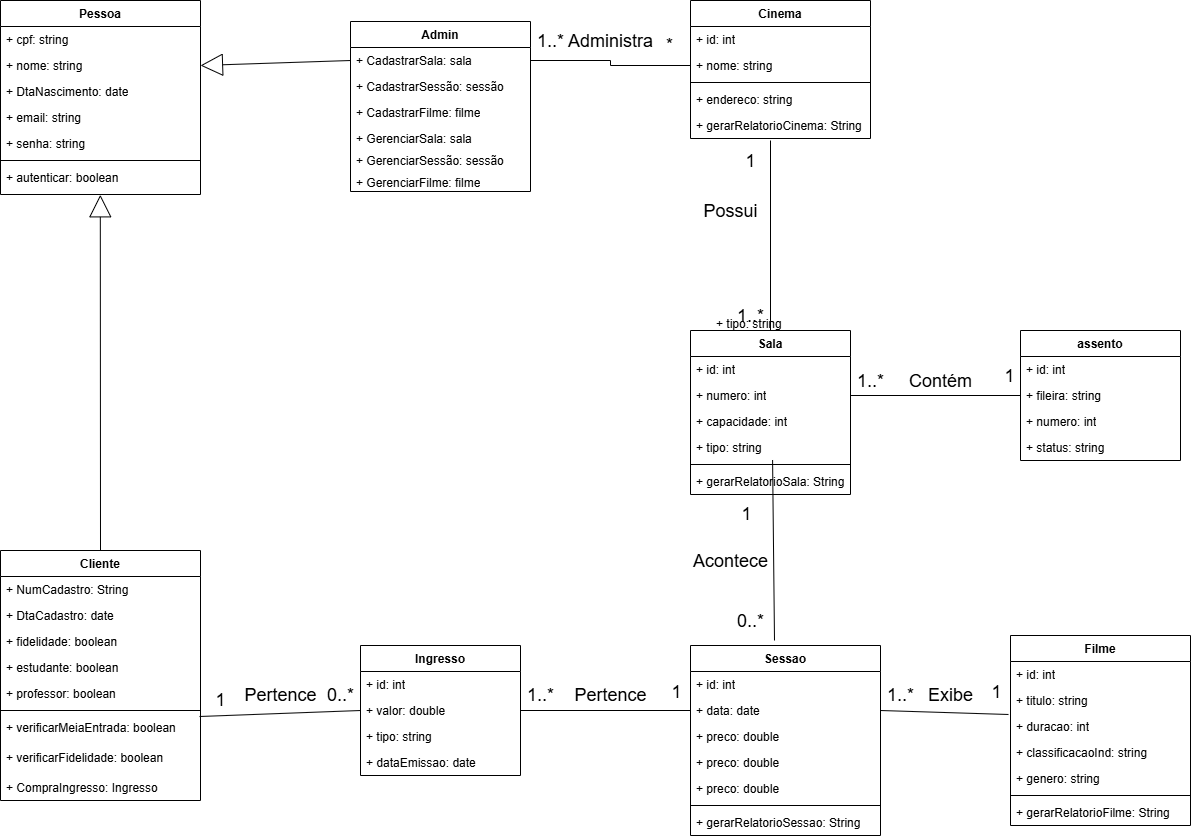
PCunh/CC6522-MOD.DE-SOFT.ORIENT.A-OBJETOS- keeps this draw.io diagram as Diagramas/diagrama de classes.drawio.png. Above is the earlier version. Source tidied: cells renumbered, new cells last; positions are measured from the earlier drawing's top-left corner, leaving out a move shared by most shapes.
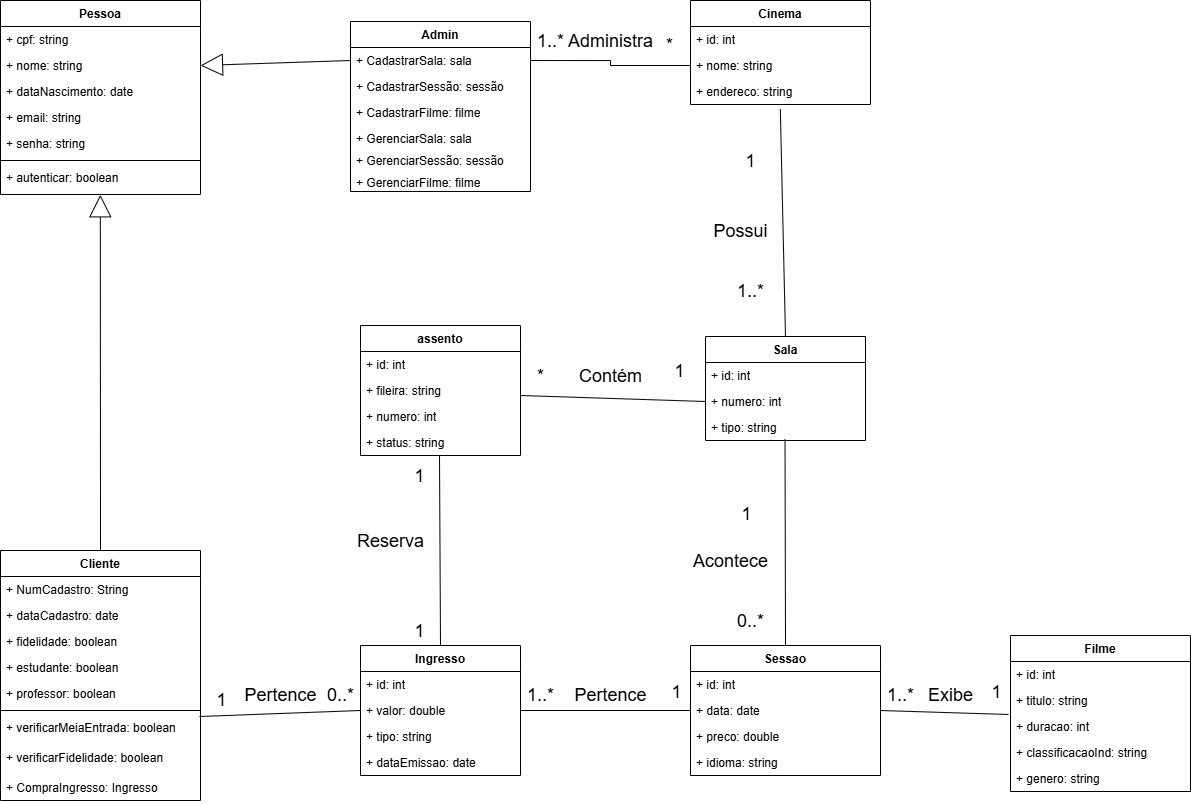
The same file after the commit.

Diff of the diagram source:
```diff
@@ -11,7 +11,7 @@
     <mxCell id="4" value="+ nome: string" style="text;strokeColor=none;fillColor=none;align=left;verticalAlign=top;spacingLeft=4;spacingRight=4;overflow=hidden;points=[[0,0.5],[1,0.5]];portConstraint=eastwest;whiteSpace=wrap;html=1;" parent="2" vertex="1">
       <mxGeometry y="52" width="200" height="26" as="geometry" />
     </mxCell>
-    <mxCell id="5" value="+ DtaNascimento: date" style="text;strokeColor=none;fillColor=none;align=left;verticalAlign=top;spacingLeft=4;spacingRight=4;overflow=hidden;whiteSpace=wrap;html=1;" parent="2" vertex="1">
+    <mxCell id="5" value="+ dataNascimento: date" style="text;strokeColor=none;fillColor=none;align=left;verticalAlign=top;spacingLeft=4;spacingRight=4;overflow=hidden;whiteSpace=wrap;html=1;" parent="2" vertex="1">
       <mxGeometry y="78" width="200" height="26" as="geometry" />
     </mxCell>
     <mxCell id="6" value="+ email: string" style="text;strokeColor=none;fillColor=none;align=left;verticalAlign=top;spacingLeft=4;spacingRight=4;overflow=hidden;whiteSpace=wrap;html=1;" parent="2" vertex="1">
@@ -32,7 +32,7 @@
     <mxCell id="11" value="+ NumCadastro: String" style="text;strokeColor=none;fillColor=none;align=left;verticalAlign=top;spacingLeft=4;spacingRight=4;overflow=hidden;whiteSpace=wrap;html=1;" parent="10" vertex="1">
       <mxGeometry y="26" width="200" height="26" as="geometry" />
     </mxCell>
-    <mxCell id="12" value="+ DtaCadastro: date" style="text;strokeColor=none;fillColor=none;align=left;verticalAlign=top;spacingLeft=4;spacingRight=4;overflow=hidden;whiteSpace=wrap;html=1;" parent="10" vertex="1">
+    <mxCell id="12" value="+ dataCadastro: date" style="text;strokeColor=none;fillColor=none;align=left;verticalAlign=top;spacingLeft=4;spacingRight=4;overflow=hidden;whiteSpace=wrap;html=1;" parent="10" vertex="1">
       <mxGeometry y="52" width="200" height="26" as="geometry" />
     </mxCell>
     <mxCell id="13" value="+ fidelidade: boolean" style="text;strokeColor=none;fillColor=none;align=left;verticalAlign=top;spacingLeft=4;spacingRight=4;overflow=hidden;whiteSpace=wrap;html=1;" parent="10" vertex="1">
@@ -78,7 +78,7 @@
       <mxGeometry y="148" width="180" height="22" as="geometry" />
     </mxCell>
     <mxCell id="27" value="&lt;div&gt;Filme&lt;/div&gt;" style="swimlane;fontStyle=1;align=center;verticalAlign=top;horizontal=1;startSize=26;whiteSpace=wrap;html=1;" parent="1" vertex="1">
-      <mxGeometry x="1010" y="635" width="180" height="190" as="geometry" />
+      <mxGeometry x="1010" y="635" width="180" height="156" as="geometry" />
     </mxCell>
     <mxCell id="28" value="+ id: int" style="text;strokeColor=none;fillColor=none;align=left;verticalAlign=top;spacingLeft=4;spacingRight=4;overflow=hidden;whiteSpace=wrap;html=1;" parent="27" vertex="1">
       <mxGeometry y="26" width="180" height="26" as="geometry" />
@@ -95,14 +95,8 @@
     <mxCell id="32" value="+ genero: string" style="text;strokeColor=none;fillColor=none;align=left;verticalAlign=top;spacingLeft=4;spacingRight=4;overflow=hidden;whiteSpace=wrap;html=1;" parent="27" vertex="1">
       <mxGeometry y="130" width="180" height="26" as="geometry" />
     </mxCell>
-    <mxCell id="33" style="line;strokeWidth=1;fillColor=none;align=left;verticalAlign=middle;spacingTop=-1;spacingLeft=3;spacingRight=3;labelPosition=right;strokeColor=inherit;" parent="27" vertex="1">
-      <mxGeometry y="156" width="180" height="8" as="geometry" />
-    </mxCell>
-    <mxCell id="34" value="+ gerarRelatorioFilme: String" style="text;strokeColor=none;fillColor=none;align=left;verticalAlign=top;spacingLeft=4;spacingRight=4;overflow=hidden;whiteSpace=wrap;html=1;" parent="27" vertex="1">
-      <mxGeometry y="164" width="180" height="26" as="geometry" />
-    </mxCell>
     <mxCell id="35" value="&lt;div&gt;Sala&lt;/div&gt;" style="swimlane;fontStyle=1;align=center;verticalAlign=top;horizontal=1;startSize=26;whiteSpace=wrap;html=1;" parent="1" vertex="1">
-      <mxGeometry x="690" y="330" width="160" height="164" as="geometry" />
+      <mxGeometry x="705" y="336" width="160" height="104" as="geometry" />
     </mxCell>
     <mxCell id="36" value="+ id: int" style="text;strokeColor=none;fillColor=none;align=left;verticalAlign=top;spacingLeft=4;spacingRight=4;overflow=hidden;whiteSpace=wrap;html=1;" parent="35" vertex="1">
       <mxGeometry y="26" width="160" height="26" as="geometry" />
@@ -110,20 +104,11 @@
     <mxCell id="37" value="+ numero: int" style="text;strokeColor=none;fillColor=none;align=left;verticalAlign=top;spacingLeft=4;spacingRight=4;overflow=hidden;points=[[0,0.5],[1,0.5]];portConstraint=eastwest;whiteSpace=wrap;html=1;" parent="35" vertex="1">
       <mxGeometry y="52" width="160" height="26" as="geometry" />
     </mxCell>
-    <mxCell id="38" value="+ capacidade: int" style="text;strokeColor=none;fillColor=none;align=left;verticalAlign=top;spacingLeft=4;spacingRight=4;overflow=hidden;whiteSpace=wrap;html=1;" parent="35" vertex="1">
-      <mxGeometry y="78" width="160" height="26" as="geometry" />
-    </mxCell>
     <mxCell id="39" value="+ tipo: string" style="text;strokeColor=none;fillColor=none;align=left;verticalAlign=top;spacingLeft=4;spacingRight=4;overflow=hidden;points=[[0,0.5],[1,0.5]];portConstraint=eastwest;whiteSpace=wrap;html=1;" parent="35" vertex="1">
-      <mxGeometry y="104" width="160" height="26" as="geometry" />
+      <mxGeometry y="78" width="160" height="26" as="geometry" />
     </mxCell>
-    <mxCell id="40" style="line;strokeWidth=1;fillColor=none;align=left;verticalAlign=middle;spacingTop=-1;spacingLeft=3;spacingRight=3;labelPosition=right;strokeColor=inherit;" parent="35" vertex="1">
-      <mxGeometry y="130" width="160" height="8" as="geometry" />
-    </mxCell>
-    <mxCell id="41" value="+ gerarRelatorioSala: String" style="text;strokeColor=none;fillColor=none;align=left;verticalAlign=top;spacingLeft=4;spacingRight=4;overflow=hidden;whiteSpace=wrap;html=1;" parent="35" vertex="1">
-      <mxGeometry y="138" width="160" height="26" as="geometry" />
-    </mxCell>
     <mxCell id="42" value="&lt;div&gt;Sessao&lt;/div&gt;" style="swimlane;fontStyle=1;align=center;verticalAlign=top;horizontal=1;startSize=26;whiteSpace=wrap;html=1;" parent="1" vertex="1">
-      <mxGeometry x="690" y="645" width="190" height="190" as="geometry" />
+      <mxGeometry x="690" y="645" width="190" height="130" as="geometry" />
     </mxCell>
     <mxCell id="43" value="+ id: int" style="text;strokeColor=none;fillColor=none;align=left;verticalAlign=top;spacingLeft=4;spacingRight=4;overflow=hidden;whiteSpace=wrap;html=1;" parent="42" vertex="1">
       <mxGeometry y="26" width="190" height="26" as="geometry" />
@@ -134,18 +119,9 @@
     <mxCell id="45" value="+ preco: double" style="text;strokeColor=none;fillColor=none;align=left;verticalAlign=top;spacingLeft=4;spacingRight=4;overflow=hidden;whiteSpace=wrap;html=1;" parent="42" vertex="1">
       <mxGeometry y="78" width="190" height="26" as="geometry" />
     </mxCell>
-    <mxCell id="46" value="+ preco: double" style="text;strokeColor=none;fillColor=none;align=left;verticalAlign=top;spacingLeft=4;spacingRight=4;overflow=hidden;whiteSpace=wrap;html=1;" parent="42" vertex="1">
+    <mxCell id="46" value="+ idioma: string" style="text;strokeColor=none;fillColor=none;align=left;verticalAlign=top;spacingLeft=4;spacingRight=4;overflow=hidden;whiteSpace=wrap;html=1;" parent="42" vertex="1">
       <mxGeometry y="104" width="190" height="26" as="geometry" />
     </mxCell>
-    <mxCell id="47" value="+ preco: double" style="text;strokeColor=none;fillColor=none;align=left;verticalAlign=top;spacingLeft=4;spacingRight=4;overflow=hidden;whiteSpace=wrap;html=1;" parent="42" vertex="1">
-      <mxGeometry y="130" width="190" height="26" as="geometry" />
-    </mxCell>
-    <mxCell id="48" style="line;strokeWidth=1;fillColor=none;align=left;verticalAlign=middle;spacingTop=-1;spacingLeft=3;spacingRight=3;labelPosition=right;strokeColor=inherit;" parent="42" vertex="1">
-      <mxGeometry y="156" width="190" height="8" as="geometry" />
-    </mxCell>
-    <mxCell id="49" value="+ gerarRelatorioSessao: String" style="text;strokeColor=none;fillColor=none;align=left;verticalAlign=top;spacingLeft=4;spacingRight=4;overflow=hidden;whiteSpace=wrap;html=1;" parent="42" vertex="1">
-      <mxGeometry y="164" width="190" height="26" as="geometry" />
-    </mxCell>
     <mxCell id="50" value="Ingresso" style="swimlane;fontStyle=1;align=center;verticalAlign=top;horizontal=1;startSize=26;whiteSpace=wrap;html=1;" parent="1" vertex="1">
       <mxGeometry x="360" y="645" width="160" height="130" as="geometry" />
     </mxCell>
@@ -162,7 +138,7 @@
       <mxGeometry y="104" width="160" height="26" as="geometry" />
     </mxCell>
     <mxCell id="55" value="&lt;div&gt;assento&lt;/div&gt;" style="swimlane;fontStyle=1;align=center;verticalAlign=top;horizontal=1;startSize=26;whiteSpace=wrap;html=1;" parent="1" vertex="1">
-      <mxGeometry x="1020" y="330" width="160" height="130" as="geometry" />
+      <mxGeometry x="360" y="325" width="160" height="130" as="geometry" />
     </mxCell>
     <mxCell id="56" value="+ id: int" style="text;strokeColor=none;fillColor=none;align=left;verticalAlign=top;spacingLeft=4;spacingRight=4;overflow=hidden;whiteSpace=wrap;html=1;" parent="55" vertex="1">
       <mxGeometry y="26" width="160" height="26" as="geometry" />
@@ -177,7 +153,7 @@
       <mxGeometry y="104" width="160" height="26" as="geometry" />
     </mxCell>
     <mxCell id="60" value="Cinema" style="swimlane;fontStyle=1;align=center;verticalAlign=top;horizontal=1;startSize=26;whiteSpace=wrap;html=1;" parent="1" vertex="1">
-      <mxGeometry x="690" width="180" height="138" as="geometry" />
+      <mxGeometry x="690" width="180" height="104" as="geometry" />
     </mxCell>
     <mxCell id="61" value="+ id: int" style="text;strokeColor=none;fillColor=none;align=left;verticalAlign=top;spacingLeft=4;spacingRight=4;overflow=hidden;whiteSpace=wrap;html=1;" parent="60" vertex="1">
       <mxGeometry y="26" width="180" height="26" as="geometry" />
@@ -185,15 +161,9 @@
     <mxCell id="62" value="+ nome: string" style="text;strokeColor=none;fillColor=none;align=left;verticalAlign=top;spacingLeft=4;spacingRight=4;overflow=hidden;points=[[0,0.5],[1,0.5]];portConstraint=eastwest;whiteSpace=wrap;html=1;" parent="60" vertex="1">
       <mxGeometry y="52" width="180" height="26" as="geometry" />
     </mxCell>
-    <mxCell id="63" style="line;strokeWidth=1;fillColor=none;align=left;verticalAlign=middle;spacingTop=-1;spacingLeft=3;spacingRight=3;labelPosition=right;strokeColor=inherit;" parent="60" vertex="1">
-      <mxGeometry y="78" width="180" height="8" as="geometry" />
-    </mxCell>
     <mxCell id="64" value="+ endereco: string" style="text;strokeColor=none;fillColor=none;align=left;verticalAlign=top;spacingLeft=4;spacingRight=4;overflow=hidden;points=[[0,0.5],[1,0.5]];portConstraint=eastwest;whiteSpace=wrap;html=1;" parent="60" vertex="1">
-      <mxGeometry y="86" width="180" height="26" as="geometry" />
+      <mxGeometry y="78" width="180" height="26" as="geometry" />
     </mxCell>
-    <mxCell id="65" value="+ gerarRelatorioCinema: String" style="text;strokeColor=none;fillColor=none;align=left;verticalAlign=top;spacingLeft=4;spacingRight=4;overflow=hidden;whiteSpace=wrap;html=1;" parent="60" vertex="1">
-      <mxGeometry y="112" width="180" height="26" as="geometry" />
-    </mxCell>
     <mxCell id="66" style="rounded=0;jettySize=auto;html=1;exitX=0.5;exitY=0;exitDx=0;exitDy=0;endArrow=block;endFill=0;endSize=20;entryX=0.499;entryY=1.01;entryDx=0;entryDy=0;entryPerimeter=0;" parent="1" edge="1" source="10" target="9">
       <mxGeometry relative="1" as="geometry" />
     </mxCell>
@@ -233,10 +203,8 @@
         <mxPoint x="415" y="-17" as="offset" />
       </mxGeometry>
     </mxCell>
-    <mxCell id="75" style="rounded=0;jettySize=auto;html=1;endArrow=none;endFill=0;entryX=0.513;entryY=0.981;entryDx=0;entryDy=0;entryPerimeter=0;" parent="1" edge="1" target="39">
-      <mxGeometry relative="1" as="geometry">
-        <mxPoint x="774" y="640" as="sourcePoint" />
-      </mxGeometry>
+    <mxCell id="75" style="rounded=0;jettySize=auto;html=1;endArrow=none;endFill=0;exitX=0.5;exitY=0;exitDx=0;exitDy=0;entryX=0.497;entryY=0.957;entryDx=0;entryDy=0;entryPerimeter=0;" parent="1" edge="1" source="42" target="39">
+      <mxGeometry relative="1" as="geometry" />
     </mxCell>
     <mxCell id="76" value="0..*" style="edgeLabel;html=1;align=center;verticalAlign=middle;fontSize=18;" parent="1" vertex="1">
       <mxGeometry x="690" y="650" as="geometry">
@@ -253,23 +221,23 @@
         <mxPoint x="59" y="-30" as="offset" />
       </mxGeometry>
     </mxCell>
-    <mxCell id="79" style="rounded=0;jettySize=auto;html=1;entryX=0;entryY=0.5;entryDx=0;entryDy=0;endArrow=none;endFill=0;" parent="1" edge="1" target="57">
+    <mxCell id="79" style="rounded=0;jettySize=auto;html=1;endArrow=none;endFill=0;exitX=0;exitY=0.5;exitDx=0;exitDy=0;" parent="1" edge="1" source="37">
       <mxGeometry relative="1" as="geometry">
-        <mxPoint x="850" y="395" as="sourcePoint" />
+        <mxPoint x="520" y="395" as="targetPoint" />
       </mxGeometry>
     </mxCell>
     <mxCell id="80" value="Contém" style="edgeLabel;html=1;align=center;verticalAlign=middle;fontSize=18;" parent="1" vertex="1">
-      <mxGeometry x="880" y="410" as="geometry">
+      <mxGeometry x="550" y="405" as="geometry">
         <mxPoint x="59" y="-30" as="offset" />
       </mxGeometry>
     </mxCell>
-    <mxCell id="81" value="1..*" style="edgeLabel;html=1;align=center;verticalAlign=middle;fontSize=18;" parent="1" vertex="1">
-      <mxGeometry x="810" y="410" as="geometry">
+    <mxCell id="81" value="*" style="edgeLabel;html=1;align=center;verticalAlign=middle;fontSize=18;" parent="1" vertex="1">
+      <mxGeometry x="480" y="405" as="geometry">
         <mxPoint x="59" y="-30" as="offset" />
       </mxGeometry>
     </mxCell>
     <mxCell id="82" value="1" style="edgeLabel;html=1;align=center;verticalAlign=middle;fontSize=18;" parent="1" vertex="1">
-      <mxGeometry x="1020" y="390" as="geometry">
+      <mxGeometry x="690" y="385" as="geometry">
         <mxPoint x="-12" y="-15" as="offset" />
       </mxGeometry>
     </mxCell>
@@ -314,13 +282,11 @@
         <mxPoint x="-12" y="-15" as="offset" />
       </mxGeometry>
     </mxCell>
-    <mxCell id="92" style="rounded=0;jettySize=auto;html=1;exitX=0.5;exitY=0;exitDx=0;exitDy=0;endArrow=none;endFill=0;" parent="1" edge="1" source="35">
-      <mxGeometry relative="1" as="geometry">
-        <mxPoint x="770" y="140" as="targetPoint" />
-      </mxGeometry>
+    <mxCell id="92" style="rounded=0;jettySize=auto;html=1;exitX=0.5;exitY=0;exitDx=0;exitDy=0;endArrow=none;endFill=0;entryX=0.499;entryY=1.179;entryDx=0;entryDy=0;entryPerimeter=0;" parent="1" edge="1" source="35" target="64">
+      <mxGeometry relative="1" as="geometry" />
     </mxCell>
     <mxCell id="93" value="1..*" style="edgeLabel;html=1;align=center;verticalAlign=middle;fontSize=18;" parent="1" vertex="1">
-      <mxGeometry x="690" y="345" as="geometry">
+      <mxGeometry x="690" y="320" as="geometry">
         <mxPoint x="59" y="-30" as="offset" />
       </mxGeometry>
     </mxCell>
@@ -330,12 +296,29 @@
       </mxGeometry>
     </mxCell>
     <mxCell id="95" value="Possui" style="edgeLabel;html=1;align=center;verticalAlign=middle;fontSize=18;" parent="1" vertex="1">
-      <mxGeometry x="670" y="240" as="geometry">
+      <mxGeometry x="680" y="260" as="geometry">
         <mxPoint x="59" y="-30" as="offset" />
       </mxGeometry>
     </mxCell>
-    <mxCell id="96" value="+ tipo: string" style="text;strokeColor=none;fillColor=none;align=left;verticalAlign=top;spacingLeft=4;spacingRight=4;overflow=hidden;whiteSpace=wrap;html=1;" parent="1" vertex="1">
-      <mxGeometry x="710" y="310" width="160" height="26" as="geometry" />
-    </mxCell>
+    <mxCell id="97" style="rounded=0;jettySize=auto;html=1;endArrow=none;endFill=0;entryX=0.513;entryY=0.981;entryDx=0;entryDy=0;entryPerimeter=0;exitX=0.5;exitY=0;exitDx=0;exitDy=0;" parent="1" edge="1" source="50">
+      <mxGeometry relative="1" as="geometry">
+        <mxPoint x="439" y="455" as="targetPoint" />
+      </mxGeometry>
+    </mxCell>
+    <mxCell id="98" value="Reserva" style="edgeLabel;html=1;align=center;verticalAlign=middle;fontSize=18;" parent="1" vertex="1">
+      <mxGeometry x="330" y="570" as="geometry">
+        <mxPoint x="59" y="-30" as="offset" />
+      </mxGeometry>
+    </mxCell>
+    <mxCell id="99" value="1" style="edgeLabel;html=1;align=center;verticalAlign=middle;fontSize=18;" parent="1" vertex="1">
+      <mxGeometry x="430" y="490" as="geometry">
+        <mxPoint x="-12" y="-15" as="offset" />
+      </mxGeometry>
+    </mxCell>
+    <mxCell id="100" value="1" style="edgeLabel;html=1;align=center;verticalAlign=middle;fontSize=18;" parent="1" vertex="1">
+      <mxGeometry x="430" y="645" as="geometry">
+        <mxPoint x="-12" y="-15" as="offset" />
+      </mxGeometry>
+    </mxCell>
   </root>
 </mxGraphModel>
```
